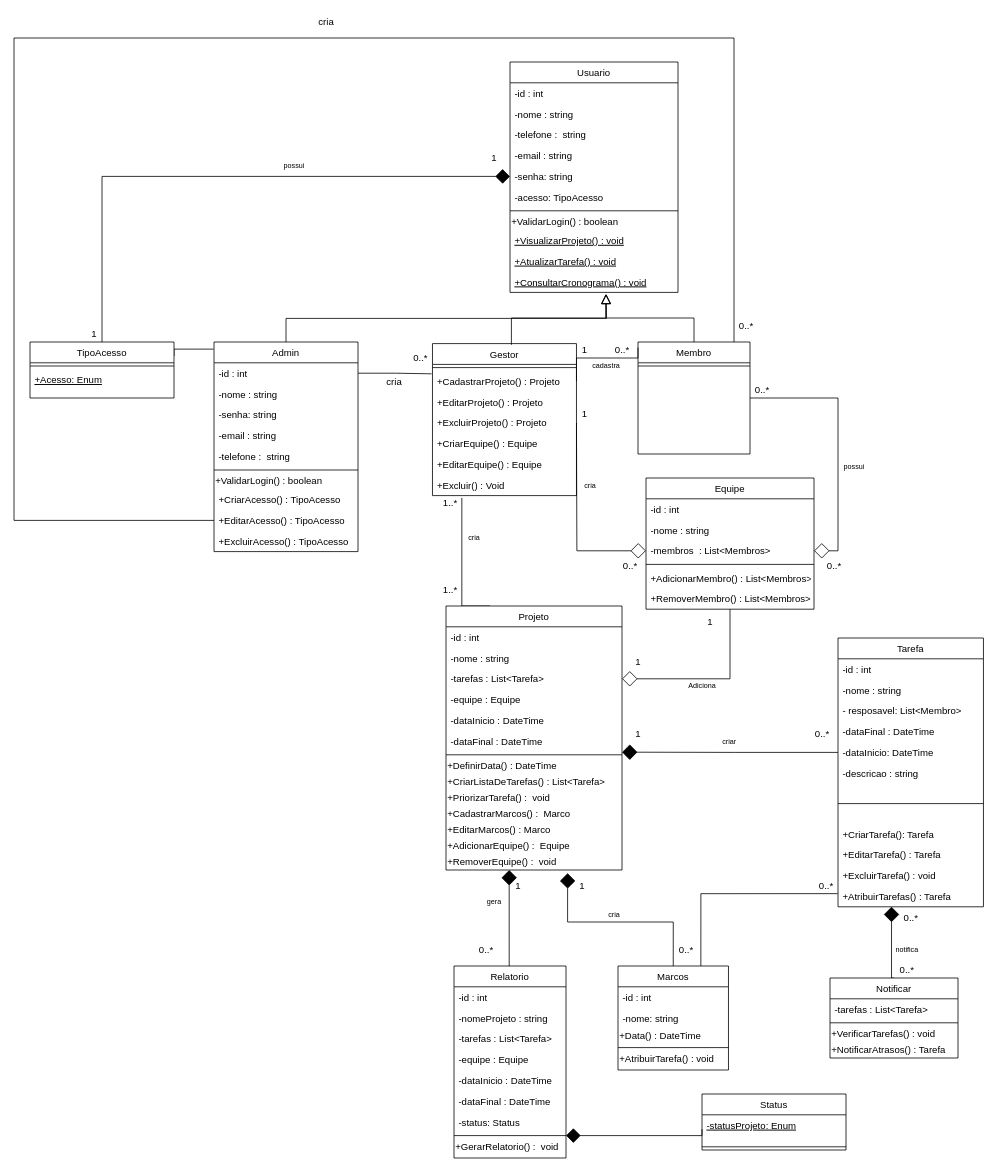
leoonn/Diagrama-de-classes keeps this draw.io diagram as TCC Engenharia de software PUC/Diagrama de classes/Diagrama de classes Tcc.drawio. Above is the earlier version. Source tidied: cells renumbered, new cells numbered last; positions are measured from the earlier drawing's top-left corner, leaving out a move shared by most shapes. Both pictures are drawn from the tidied source at 80%, with x=0, y=0 at pixel (14, 14).
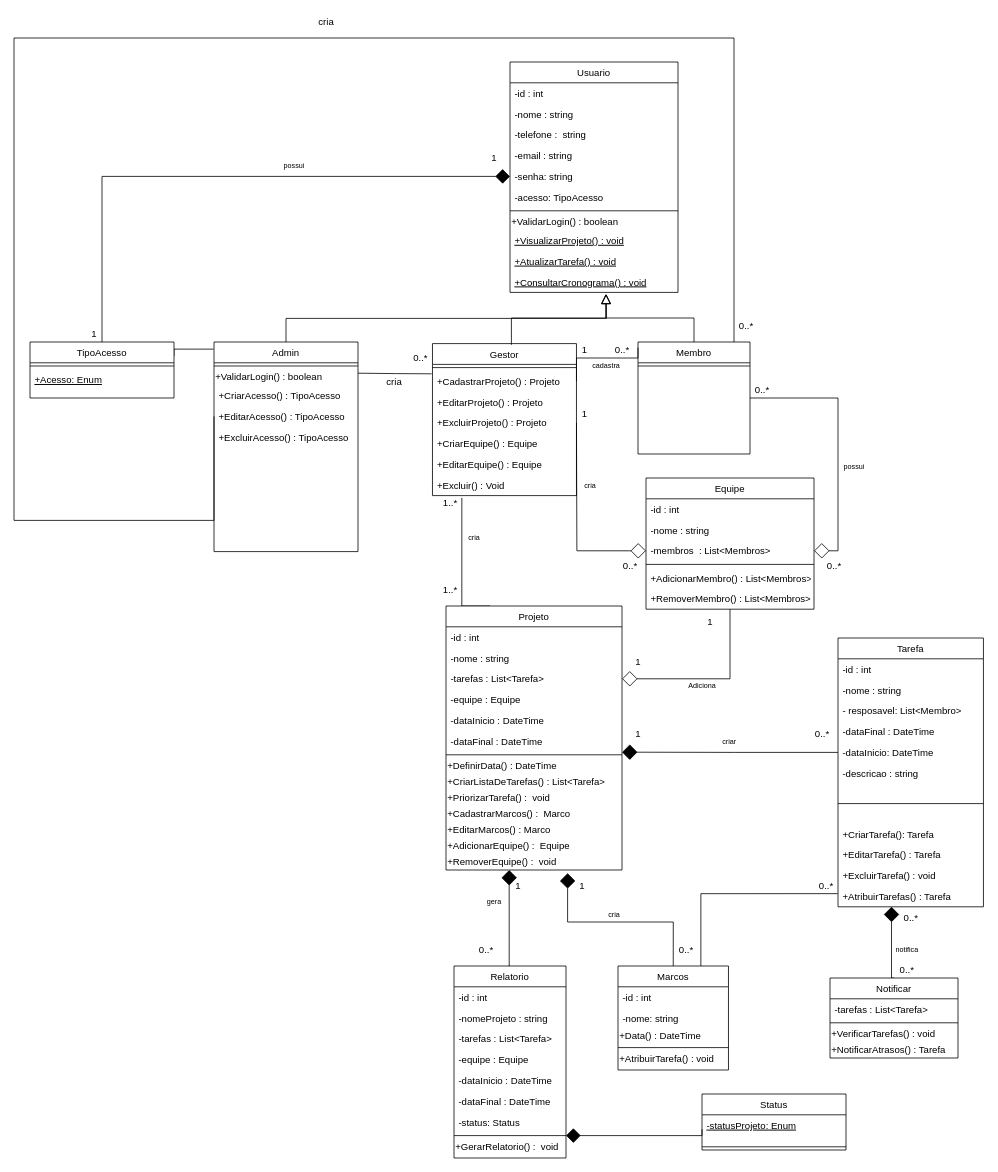
The same page after the edit.

Commit message:
Ajustes no diagrama de classes

The change refers to these unchanged cells:
```xml
<mxCell id="16" value="+CadastrarProjeto() : Projeto " style="text;align=left;verticalAlign=top;spacingLeft=4;spacingRight=4;overflow=hidden;points=[[0,0.5],[1,0.5]];portConstraint=eastwest;fontStyle=0;" parent="14" vertex="1">
  <mxGeometry y="34" width="180" height="26" as="geometry" />
</mxCell>
<mxCell id="99" value="Admin" style="swimlane;fontStyle=0;align=center;verticalAlign=top;horizontal=1;startSize=26;rounded=0;shadow=0;strokeWidth=1;" parent="1" vertex="1">
  <mxGeometry x="250" y="410" width="180" height="262" as="geometry" />
</mxCell>
```

What changed in the source:
```diff
@@
-    <mxCell id="100" value="-id : int" style="text;align=left;verticalAlign=top;spacingLeft=4;spacingRight=4;overflow=hidden;points=[[0,0.5],[1,0.5]];portConstraint=eastwest;rounded=0;shadow=0;html=0;" parent="99" vertex="1">
-      <mxGeometry y="26" width="180" height="26" as="geometry" />
-    </mxCell>
-    <mxCell id="101" value="-nome : string " style="text;align=left;verticalAlign=top;spacingLeft=4;spacingRight=4;overflow=hidden;" parent="99" vertex="1">
-      <mxGeometry y="52" width="180" height="26" as="geometry" />
-    </mxCell>
-    <mxCell id="102" value="-senha: string" style="text;align=left;verticalAlign=top;spacingLeft=4;spacingRight=4;overflow=hidden;rounded=0;shadow=0;html=0;fontStyle=0;" parent="99" vertex="1">
-      <mxGeometry y="78" width="180" height="26" as="geometry" />
-    </mxCell>
-    <mxCell id="103" value="-email : string" style="text;align=left;verticalAlign=top;spacingLeft=4;spacingRight=4;overflow=hidden;rounded=0;shadow=0;html=0;" parent="99" vertex="1">
-      <mxGeometry y="104" width="180" height="26" as="geometry" />
-    </mxCell>
-    <mxCell id="104" value="-telefone :  string" style="text;align=left;verticalAlign=top;spacingLeft=4;spacingRight=4;overflow=hidden;rounded=0;shadow=0;html=0;" parent="99" vertex="1">
-      <mxGeometry y="130" width="180" height="26" as="geometry" />
-    </mxCell>
     <mxCell id="105" style="line;html=1;strokeWidth=1;align=left;verticalAlign=middle;spacingTop=-1;spacingLeft=3;spacingRight=3;labelPosition=right;" parent="99" vertex="1">
-      <mxGeometry y="156" width="180" height="8" as="geometry" />
+      <mxGeometry y="26" width="180" height="8" as="geometry" />
     </mxCell>
     <mxCell id="106" value="+ValidarLogin() : boolean" style="text;html=1;align=left;verticalAlign=middle;strokeColor=none;fillColor=none;" parent="99" vertex="1">
-      <mxGeometry y="164" width="180" height="20" as="geometry" />
+      <mxGeometry y="34" width="180" height="20" as="geometry" />
     </mxCell>
     <mxCell id="107" value="+CriarAcesso() : TipoAcesso" style="text;align=left;verticalAlign=top;spacingLeft=4;spacingRight=4;overflow=hidden;fontStyle=0;" parent="99" vertex="1">
-      <mxGeometry y="184" width="180" height="26" as="geometry" />
+      <mxGeometry y="54" width="180" height="26" as="geometry" />
     </mxCell>
     <mxCell id="108" value="+EditarAcesso() : TipoAcesso" style="text;align=left;verticalAlign=top;spacingLeft=4;spacingRight=4;overflow=hidden;points=[[0,0.5],[1,0.5]];portConstraint=eastwest;" parent="99" vertex="1">
-      <mxGeometry y="210" width="180" height="26" as="geometry" />
+      <mxGeometry y="80" width="180" height="26" as="geometry" />
     </mxCell>
     <mxCell id="109" value="+ExcluirAcesso() : TipoAcesso" style="text;align=left;verticalAlign=top;spacingLeft=4;spacingRight=4;overflow=hidden;" parent="99" vertex="1">
-      <mxGeometry y="236" width="180" height="26" as="geometry" />
+      <mxGeometry y="106" width="180" height="26" as="geometry" />
     </mxCell>
@@
-    <mxCell id="144" style="edgeStyle=orthogonalEdgeStyle;rounded=0;jettySize=auto;html=1;exitX=1;exitY=0.5;exitDx=0;exitDy=0;entryX=-0.006;entryY=0.145;entryDx=0;entryDy=0;entryPerimeter=0;endArrow=none;endFill=0;endSize=16;" parent="1" edge="1" source="100" target="16">
-      <mxGeometry relative="1" as="geometry" />
+    <mxCell id="144" style="edgeStyle=orthogonalEdgeStyle;rounded=0;jettySize=auto;html=1;exitX=1;exitY=0.5;exitDx=0;exitDy=0;entryX=-0.006;entryY=0.145;entryDx=0;entryDy=0;entryPerimeter=0;endArrow=none;endFill=0;endSize=16;" parent="1" edge="1" target="16">
+      <mxGeometry relative="1" as="geometry">
+        <mxPoint x="430" y="449" as="sourcePoint" />
+      </mxGeometry>
     </mxCell>
```
